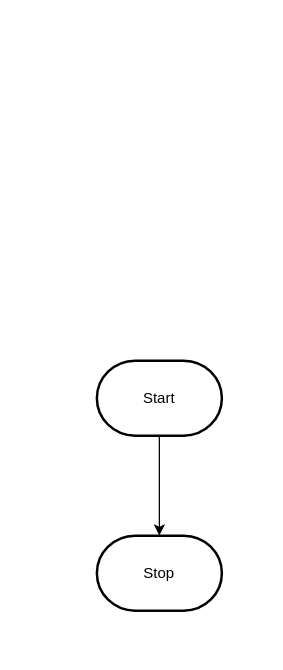
Before: design/flowchart.drawio in MTHS-ICD2O-1-2023/ICD2O-Unit-3-02-pablo-fiallos-granados, a draw.io diagram. Source tidied: cells renumbered, new cells numbered last; positions are measured from the earlier drawing's top-left corner, leaving out a move shared by most shapes. Both pictures are drawn from the tidied source at 125%, with x=0, y=0 at pixel (96, 360).
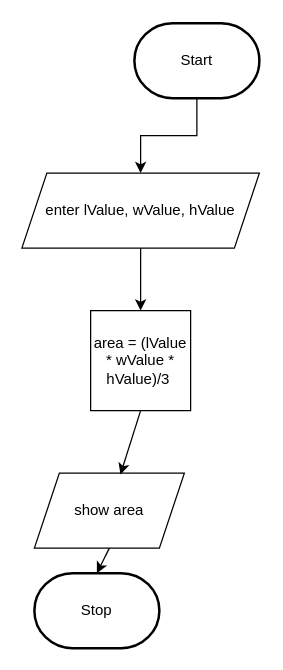
Above is the later version.

Diff of the diagram source:
```diff
@@
 <mxGraphModel>
   <root>
     <mxCell id="0" />
     <mxCell id="1" parent="0" />
-    <mxCell id="2" style="edgeStyle=orthogonalEdgeStyle;html=1;rounded=0;" parent="1" edge="1" source="3" target="4">
+    <mxCell id="2" style="edgeStyle=orthogonalEdgeStyle;html=1;rounded=0;entryX=0.5;entryY=0;entryDx=0;entryDy=0;" parent="1" edge="1" source="3" target="5">
       <mxGeometry relative="1" as="geometry" />
     </mxCell>
     <mxCell id="3" value="Start" style="strokeWidth=2;html=1;shape=mxgraph.flowchart.terminator;whiteSpace=wrap;" parent="1" vertex="1">
-      <mxGeometry width="100" height="60" as="geometry" />
+      <mxGeometry x="30" y="-270" width="100" height="60" as="geometry" />
     </mxCell>
     <mxCell id="4" value="Stop" style="strokeWidth=2;html=1;shape=mxgraph.flowchart.terminator;whiteSpace=wrap;" parent="1" vertex="1">
-      <mxGeometry y="140" width="100" height="60" as="geometry" />
+      <mxGeometry x="-50" y="170" width="100" height="60" as="geometry" />
     </mxCell>
+    <mxCell id="5" value="enter lValue, wValue, hValue" style="shape=parallelogram;perimeter=parallelogramPerimeter;whiteSpace=wrap;html=1;fixedSize=1;" parent="1" vertex="1">
+      <mxGeometry x="-60" y="-150" width="190" height="60" as="geometry" />
+    </mxCell>
+    <mxCell id="6" value="area = (lValue * wValue * hValue)/3&amp;nbsp;" style="whiteSpace=wrap;html=1;" parent="1" vertex="1">
+      <mxGeometry x="-5" y="-40" width="80" height="80" as="geometry" />
+    </mxCell>
+    <mxCell id="7" style="endArrow=classic;html=1;exitX=0.5;exitY=1;exitDx=0;exitDy=0;entryX=0.5;entryY=0;entryDx=0;entryDy=0;" parent="1" edge="1" source="5" target="6">
+      <mxGeometry relative="1" as="geometry" />
+    </mxCell>
+    <mxCell id="8" value="show area" style="shape=parallelogram;perimeter=parallelogramPerimeter;whiteSpace=wrap;html=1;fixedSize=1;" parent="1" vertex="1">
+      <mxGeometry x="-50" y="90" width="120" height="60" as="geometry" />
+    </mxCell>
+    <mxCell id="9" style="endArrow=classic;html=1;exitX=0.5;exitY=1;exitDx=0;exitDy=0;entryX=0.574;entryY=0.017;entryDx=0;entryDy=0;entryPerimeter=0;" parent="1" edge="1" source="6" target="8">
+      <mxGeometry relative="1" as="geometry" />
+    </mxCell>
+    <mxCell id="10" style="endArrow=classic;html=1;entryX=0.5;entryY=0;entryDx=0;entryDy=0;entryPerimeter=0;" parent="1" edge="1" target="4">
+      <mxGeometry relative="1" as="geometry">
+        <mxPoint x="10" y="150" as="sourcePoint" />
+      </mxGeometry>
+    </mxCell>
   </root>
 </mxGraphModel>
```
